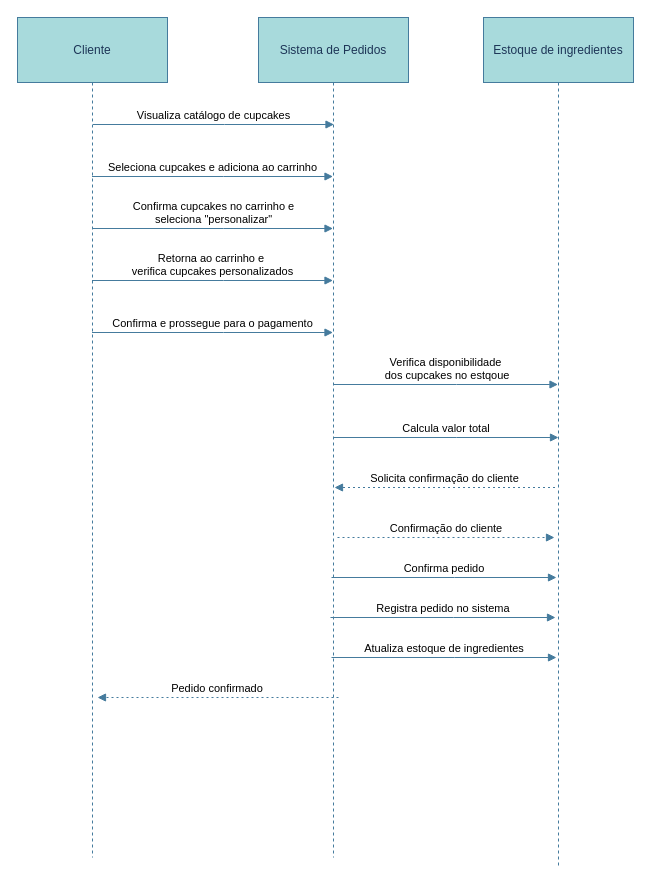
Earlier version of the draw.io diagram planning/sequence-diagram-cupcakedias.drawio (JoaoDiasDev/CupcakeDias). Source tidied: cells renumbered, new cells numbered last; positions are measured from the earlier drawing's top-left corner, leaving out a move shared by most shapes. Both pictures are drawn from the tidied source at 100%, with x=0, y=0 at pixel (17, 17).
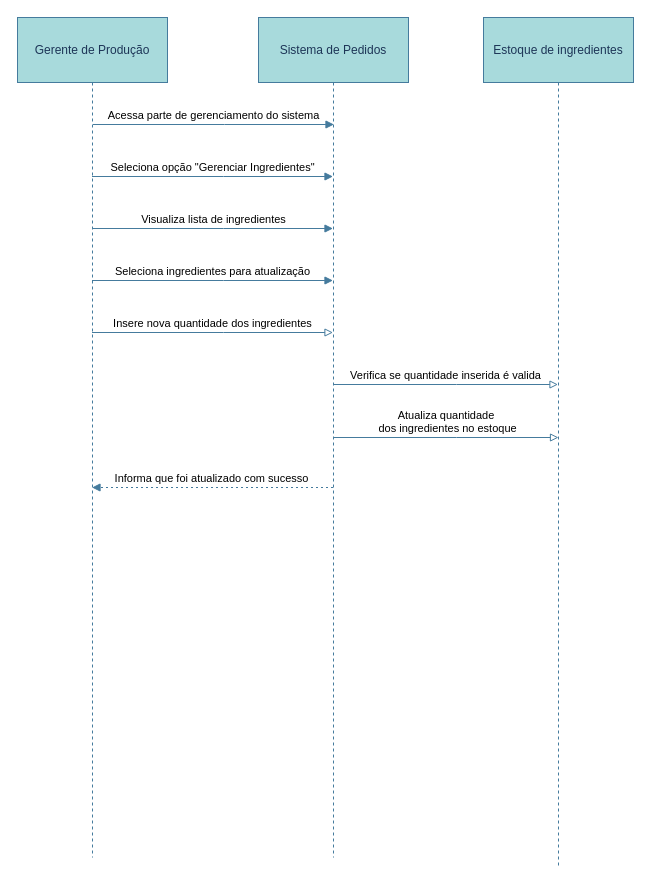
The same diagram, later.

Unchanged cells that the change refers to:
```xml
<mxCell id="3" value="Sistema de Pedidos" style="shape=umlLifeline;perimeter=lifelinePerimeter;whiteSpace=wrap;outlineConnect=0;portConstraint=eastwest;newEdgeStyle={&quot;edgeStyle&quot;:&quot;elbowEdgeStyle&quot;,&quot;elbow&quot;:&quot;vertical&quot;,&quot;curved&quot;:0,&quot;rounded&quot;:0};size=65;labelBackgroundColor=none;fillColor=#A8DADC;strokeColor=#457B9D;fontColor=#1D3557;" parent="1" vertex="1">
  <mxGeometry x="241" width="150" height="840" as="geometry" />
</mxCell>
<mxCell id="4" value="Estoque de ingredientes" style="shape=umlLifeline;perimeter=lifelinePerimeter;whiteSpace=wrap;outlineConnect=0;portConstraint=eastwest;newEdgeStyle={&quot;edgeStyle&quot;:&quot;elbowEdgeStyle&quot;,&quot;elbow&quot;:&quot;vertical&quot;,&quot;curved&quot;:0,&quot;rounded&quot;:0};size=65;labelBackgroundColor=none;fillColor=#A8DADC;strokeColor=#457B9D;fontColor=#1D3557;" parent="1" vertex="1">
  <mxGeometry x="466" width="150" height="850" as="geometry" />
</mxCell>
```

What changed in the source:
```diff
@@
-    <mxCell id="2" value="Cliente" style="shape=umlLifeline;perimeter=lifelinePerimeter;whiteSpace=wrap;outlineConnect=0;portConstraint=eastwest;newEdgeStyle={&quot;edgeStyle&quot;:&quot;elbowEdgeStyle&quot;,&quot;elbow&quot;:&quot;vertical&quot;,&quot;curved&quot;:0,&quot;rounded&quot;:0};size=65;labelBackgroundColor=none;fillColor=#A8DADC;strokeColor=#457B9D;fontColor=#1D3557;" parent="1" vertex="1">
+    <mxCell id="2" value="Gerente de Produção" style="shape=umlLifeline;perimeter=lifelinePerimeter;whiteSpace=wrap;outlineConnect=0;portConstraint=eastwest;newEdgeStyle={&quot;edgeStyle&quot;:&quot;elbowEdgeStyle&quot;,&quot;elbow&quot;:&quot;vertical&quot;,&quot;curved&quot;:0,&quot;rounded&quot;:0};size=65;labelBackgroundColor=none;fillColor=#A8DADC;strokeColor=#457B9D;fontColor=#1D3557;" parent="1" vertex="1">
       <mxGeometry width="150" height="840" as="geometry" />
     </mxCell>
@@
-    <mxCell id="5" value="Visualiza catálogo de cupcakes" style="verticalAlign=bottom;endArrow=block;edgeStyle=elbowEdgeStyle;elbow=horizontal;curved=0;rounded=0;labelBackgroundColor=none;strokeColor=#457B9D;fontColor=default;" parent="1" edge="1">
+    <mxCell id="5" value="Acessa parte de gerenciamento do sistema" style="verticalAlign=bottom;endArrow=block;edgeStyle=elbowEdgeStyle;elbow=horizontal;curved=0;rounded=0;labelBackgroundColor=none;strokeColor=#457B9D;fontColor=default;" parent="1" edge="1">
       <mxGeometry relative="1" as="geometry">
         <mxPoint x="75.5" y="107" as="sourcePoint" />
         <mxPoint x="316.5" y="107" as="targetPoint" />
         <Array as="points">
           <mxPoint x="207" y="107" />
         </Array>
       </mxGeometry>
     </mxCell>
-    <mxCell id="6" value="Seleciona cupcakes e adiciona ao carrinho" style="verticalAlign=bottom;endArrow=block;edgeStyle=elbowEdgeStyle;elbow=horizontal;curved=0;rounded=0;labelBackgroundColor=none;strokeColor=#457B9D;fontColor=default;" parent="1" edge="1" source="2" target="3">
+    <mxCell id="6" value="Seleciona opção &quot;Gerenciar Ingredientes&quot;" style="verticalAlign=bottom;endArrow=block;edgeStyle=elbowEdgeStyle;elbow=horizontal;curved=0;rounded=0;labelBackgroundColor=none;strokeColor=#457B9D;fontColor=default;" parent="1" edge="1" source="2" target="3">
       <mxGeometry relative="1" as="geometry">
         <Array as="points">
           <mxPoint x="206" y="159" />
         </Array>
       </mxGeometry>
     </mxCell>
-    <mxCell id="7" value="&lt;div&gt;Confirma cupcakes no carrinho e&lt;br&gt;&lt;/div&gt;&lt;div&gt;seleciona &quot;personalizar&quot;&lt;/div&gt;" style="verticalAlign=bottom;endArrow=block;edgeStyle=elbowEdgeStyle;elbow=horizontal;curved=0;rounded=0;labelBackgroundColor=none;strokeColor=#457B9D;fontColor=default;html=1;" parent="1" edge="1" source="2" target="3">
+    <mxCell id="7" value="Visualiza lista de ingredientes" style="verticalAlign=bottom;endArrow=block;edgeStyle=elbowEdgeStyle;elbow=horizontal;curved=0;rounded=0;labelBackgroundColor=none;strokeColor=#457B9D;fontColor=default;html=1;" parent="1" edge="1" source="2" target="3">
       <mxGeometry relative="1" as="geometry">
         <Array as="points">
           <mxPoint x="206" y="211" />
         </Array>
       </mxGeometry>
     </mxCell>
-    <mxCell id="8" value="Retorna ao carrinho e &#10;verifica cupcakes personalizados" style="verticalAlign=bottom;endArrow=block;edgeStyle=elbowEdgeStyle;elbow=horizontal;curved=0;rounded=0;labelBackgroundColor=none;strokeColor=#457B9D;fontColor=default;" parent="1" edge="1" source="2" target="3">
+    <mxCell id="8" value="Seleciona ingredientes para atualização" style="verticalAlign=bottom;endArrow=block;edgeStyle=elbowEdgeStyle;elbow=horizontal;curved=0;rounded=0;labelBackgroundColor=none;strokeColor=#457B9D;fontColor=default;" parent="1" edge="1" source="2" target="3">
       <mxGeometry relative="1" as="geometry">
         <Array as="points">
           <mxPoint x="206" y="263" />
         </Array>
       </mxGeometry>
     </mxCell>
-    <mxCell id="9" value="Confirma e prossegue para o pagamento" style="verticalAlign=bottom;endArrow=block;edgeStyle=elbowEdgeStyle;elbow=horizontal;curved=0;rounded=0;labelBackgroundColor=none;strokeColor=#457B9D;fontColor=default;" parent="1" edge="1" source="2" target="3">
+    <mxCell id="9" value="Insere nova quantidade dos ingredientes" style="verticalAlign=bottom;endArrow=block;edgeStyle=elbowEdgeStyle;elbow=horizontal;curved=0;rounded=0;labelBackgroundColor=none;strokeColor=#457B9D;fontColor=default;endFill=0;" parent="1" edge="1" source="2" target="3">
       <mxGeometry relative="1" as="geometry">
         <Array as="points">
           <mxPoint x="206" y="315" />
         </Array>
       </mxGeometry>
     </mxCell>
-    <mxCell id="10" value="Verifica disponibilidade&#10; dos cupcakes no estqoue" style="verticalAlign=bottom;endArrow=block;edgeStyle=elbowEdgeStyle;elbow=vertical;curved=0;rounded=0;labelBackgroundColor=none;strokeColor=#457B9D;fontColor=default;" parent="1" edge="1" source="3" target="4">
+    <mxCell id="10" value="Verifica se quantidade inserida é valida" style="verticalAlign=bottom;endArrow=block;edgeStyle=elbowEdgeStyle;elbow=vertical;curved=0;rounded=0;labelBackgroundColor=none;strokeColor=#457B9D;fontColor=default;endFill=0;" parent="1" edge="1" source="3" target="4">
       <mxGeometry relative="1" as="geometry">
         <Array as="points">
           <mxPoint x="439" y="367" />
         </Array>
       </mxGeometry>
     </mxCell>
-    <mxCell id="11" value="Confirmação do cliente" style="verticalAlign=bottom;endArrow=block;edgeStyle=elbowEdgeStyle;elbow=vertical;curved=0;rounded=0;dashed=1;dashPattern=2 3;labelBackgroundColor=none;strokeColor=#457B9D;fontColor=default;entryX=0.473;entryY=0.612;entryDx=0;entryDy=0;entryPerimeter=0;" parent="1" edge="1">
-      <mxGeometry relative="1" as="geometry">
-        <mxPoint x="320" y="520" as="sourcePoint" />
-        <mxPoint x="537" y="520.2" as="targetPoint" />
-        <Array as="points">
-          <mxPoint x="580" y="520" />
-        </Array>
-      </mxGeometry>
-    </mxCell>
-    <mxCell id="12" value="Calcula valor total" style="verticalAlign=bottom;endArrow=block;edgeStyle=elbowEdgeStyle;elbow=vertical;curved=0;rounded=0;labelBackgroundColor=none;strokeColor=#457B9D;fontColor=default;" parent="1" edge="1">
+    <mxCell id="12" value="Atualiza quantidade&#10; dos ingredientes no estoque" style="verticalAlign=bottom;endArrow=block;edgeStyle=elbowEdgeStyle;elbow=vertical;curved=0;rounded=0;labelBackgroundColor=none;strokeColor=#457B9D;fontColor=default;endFill=0;" parent="1" edge="1">
       <mxGeometry relative="1" as="geometry">
         <mxPoint x="316" y="420" as="sourcePoint" />
         <mxPoint x="541" y="420" as="targetPoint" />
         <Array as="points">
           <mxPoint x="439" y="420" />
         </Array>
       </mxGeometry>
     </mxCell>
-    <mxCell id="13" value="Confirma pedido" style="verticalAlign=bottom;endArrow=block;edgeStyle=elbowEdgeStyle;elbow=vertical;curved=0;rounded=0;labelBackgroundColor=none;strokeColor=#457B9D;fontColor=default;" parent="1" edge="1">
-      <mxGeometry relative="1" as="geometry">
-        <mxPoint x="314" y="560" as="sourcePoint" />
-        <mxPoint x="539" y="560" as="targetPoint" />
-        <Array as="points">
-          <mxPoint x="437" y="560" />
-        </Array>
-      </mxGeometry>
-    </mxCell>
-    <mxCell id="14" value="Registra pedido no sistema" style="verticalAlign=bottom;endArrow=block;edgeStyle=elbowEdgeStyle;elbow=vertical;curved=0;rounded=0;labelBackgroundColor=none;strokeColor=#457B9D;fontColor=default;" parent="1" edge="1">
-      <mxGeometry relative="1" as="geometry">
-        <mxPoint x="313" y="600" as="sourcePoint" />
-        <mxPoint x="538" y="600" as="targetPoint" />
-        <Array as="points">
-          <mxPoint x="436" y="600" />
-        </Array>
-      </mxGeometry>
-    </mxCell>
-    <mxCell id="15" value="Atualiza estoque de ingredientes" style="verticalAlign=bottom;endArrow=block;edgeStyle=elbowEdgeStyle;elbow=vertical;curved=0;rounded=0;labelBackgroundColor=none;strokeColor=#457B9D;fontColor=default;" parent="1" edge="1">
-      <mxGeometry relative="1" as="geometry">
-        <mxPoint x="314" y="640" as="sourcePoint" />
-        <mxPoint x="539" y="640" as="targetPoint" />
-        <Array as="points">
-          <mxPoint x="437" y="640" />
-        </Array>
-      </mxGeometry>
-    </mxCell>
-    <mxCell id="16" value="Solicita confirmação do cliente" style="verticalAlign=bottom;endArrow=block;edgeStyle=elbowEdgeStyle;elbow=vertical;curved=0;rounded=0;dashed=1;dashPattern=2 3;labelBackgroundColor=none;strokeColor=#457B9D;fontColor=default;" parent="1" edge="1">
-      <mxGeometry relative="1" as="geometry">
-        <mxPoint x="537.5" y="470" as="sourcePoint" />
-        <mxPoint x="317" y="470" as="targetPoint" />
-        <Array as="points">
-          <mxPoint x="439" y="470" />
-        </Array>
-      </mxGeometry>
-    </mxCell>
-    <mxCell id="17" value="Pedido confirmado" style="verticalAlign=bottom;endArrow=block;edgeStyle=elbowEdgeStyle;elbow=vertical;curved=0;rounded=0;dashed=1;dashPattern=2 3;labelBackgroundColor=none;strokeColor=#457B9D;fontColor=default;" parent="1" edge="1">
+    <mxCell id="17" value="Informa que foi atualizado com sucesso" style="verticalAlign=bottom;endArrow=block;edgeStyle=elbowEdgeStyle;elbow=vertical;curved=0;rounded=0;dashed=1;dashPattern=2 3;labelBackgroundColor=none;strokeColor=#457B9D;fontColor=default;" parent="1" edge="1" source="3" target="2">
       <mxGeometry relative="1" as="geometry">
-        <mxPoint x="321" y="680" as="sourcePoint" />
-        <mxPoint x="80" y="680" as="targetPoint" />
         <Array as="points">
-          <mxPoint x="211" y="680" />
+          <mxPoint x="211" y="470" />
         </Array>
       </mxGeometry>
     </mxCell>
```
